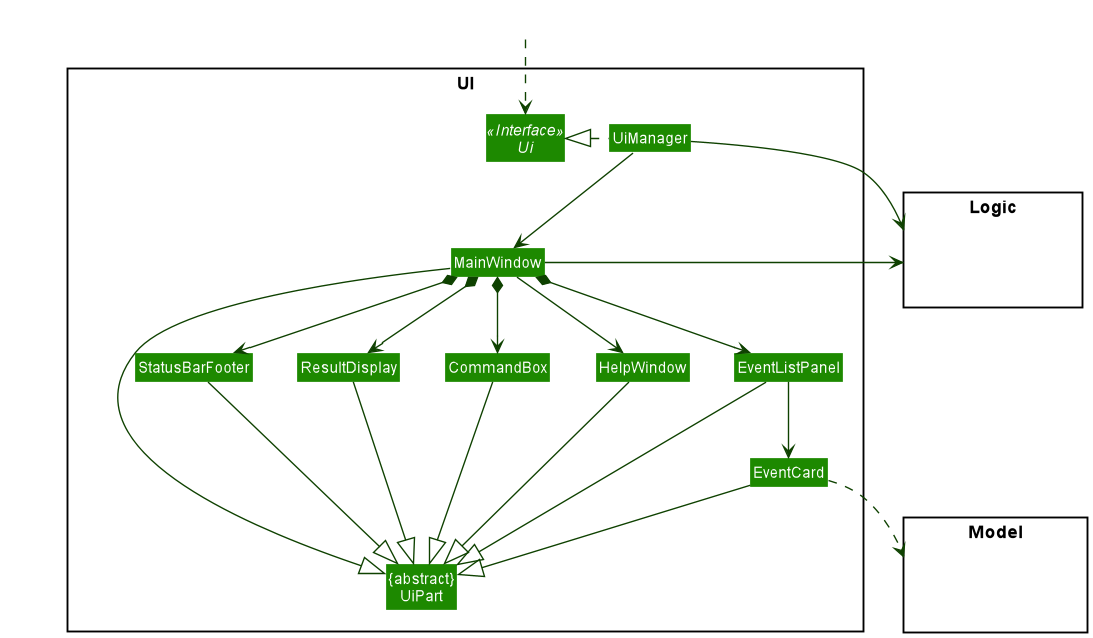
This is docs/diagrams/UiClassDiagram.png from nus-cs2103-AY2021S2/tp, a PlantUML export, as it was before one commit.
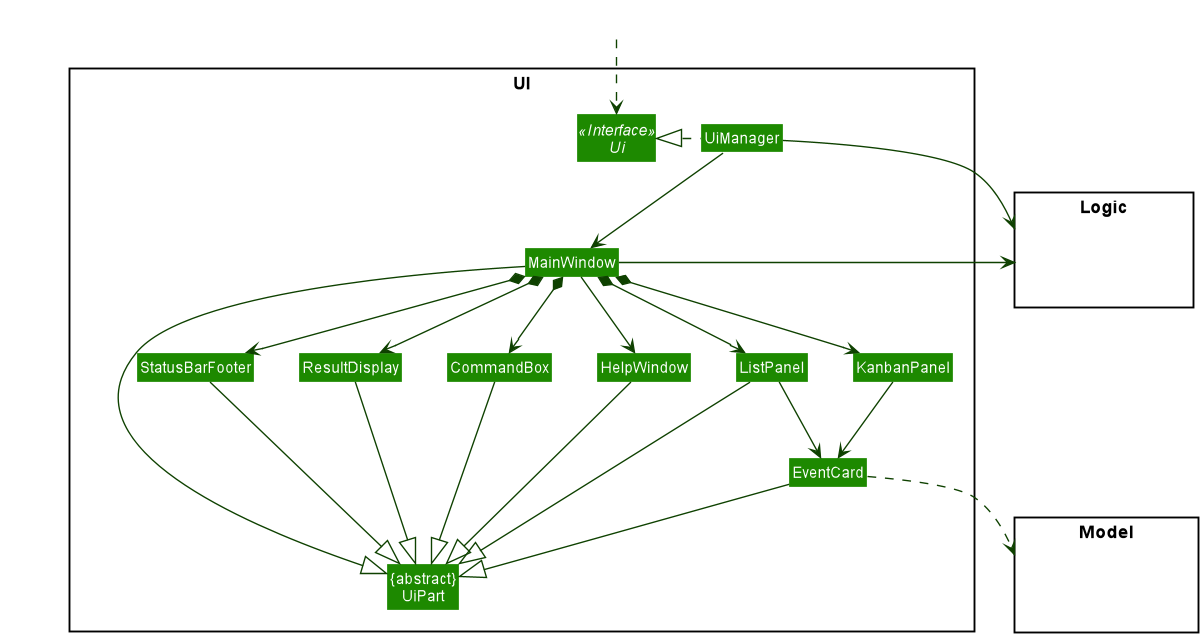
The same diagram one commit later.

Change to the diagram source:
```diff
@@ -11,7 +11,8 @@
 Class MainWindow
 Class HelpWindow
 Class ResultDisplay
-Class EventListPanel
+Class ListPanel
+Class KanbanPanel
 Class EventCard
 Class StatusBarFooter
 Class CommandBox
@@ -33,16 +34,18 @@
 MainWindow --> HelpWindow
 MainWindow *-down-> CommandBox
 MainWindow *-down-> ResultDisplay
-MainWindow *-down-> EventListPanel
+MainWindow *-down-> ListPanel
+MainWindow *-down-> KanbanPanel
 MainWindow *-down-> StatusBarFooter
 
-EventListPanel -down-> EventCard
+ListPanel -down-> EventCard
+KanbanPanel -down-> EventCard
 
 MainWindow -left-|> UiPart
 
 ResultDisplay --|> UiPart
 CommandBox --|> UiPart
-EventListPanel --|> UiPart
+ListPanel --|> UiPart
 EventCard --|> UiPart
 StatusBarFooter --|> UiPart
 HelpWindow -down-|> UiPart
@@ -51,7 +54,7 @@
 UiManager -right-> Logic
 MainWindow -left-> Logic
 
-EventListPanel -[hidden]left- HelpWindow
+ListPanel -[hidden]left- HelpWindow
 HelpWindow -[hidden]left- CommandBox
 CommandBox -[hidden]left- ResultDisplay
 ResultDisplay -[hidden]left- StatusBarFooter
```
